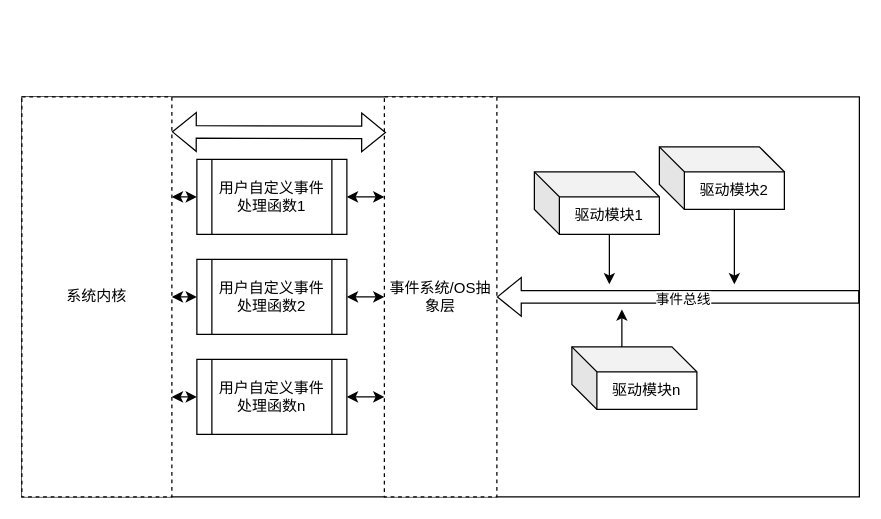
Before: documents/drawio/usb_event system.drawio in dbydd/UUSBDriver, a draw.io diagram. Source tidied: cells renumbered, new cells numbered last; positions are measured from the earlier drawing's top-left corner, leaving out a move shared by most shapes. Both pictures are drawn from the tidied source at 125%, with x=0, y=0 at pixel (21, 96).
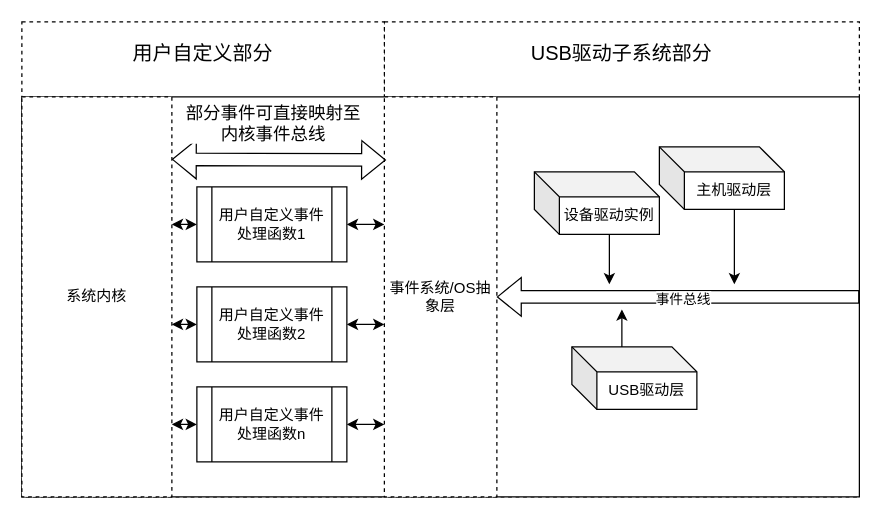
The same page after the edit.

Unchanged cells that the change refers to:
```xml
<mxCell id="6" value="事件系统/OS抽象层" style="rounded=0;whiteSpace=wrap;html=1;dashed=1;" parent="1" vertex="1">
  <mxGeometry x="290" width="90" height="320" as="geometry" />
</mxCell>
<mxCell id="7" value="系统内核" style="rounded=0;whiteSpace=wrap;html=1;dashed=1;" parent="1" vertex="1">
  <mxGeometry width="120" height="320" as="geometry" />
</mxCell>
```

What changed in the source:
```diff
@@
+    <mxCell id="23" style="rounded=0;whiteSpace=wrap;html=1;dashed=1;" parent="1" vertex="1">
+      <mxGeometry x="290" y="-60" width="380" height="380" as="geometry" />
+    </mxCell>
+    <mxCell id="24" style="rounded=0;whiteSpace=wrap;html=1;dashed=1;" parent="1" vertex="1">
+      <mxGeometry y="-60" width="290" height="380" as="geometry" />
+    </mxCell>
@@
-    <mxCell id="3" style="edgeStyle=orthogonalEdgeStyle;rounded=0;jettySize=auto;html=1;exitX=0;exitY=0.25;exitDx=0;exitDy=0;entryX=1;entryY=0.5;entryDx=0;entryDy=0;startArrow=classic;startFill=1;" parent="1" edge="1" source="6" target="13">
-      <mxGeometry relative="1" as="geometry" />
+    <mxCell id="3" style="edgeStyle=orthogonalEdgeStyle;rounded=0;jettySize=auto;html=1;exitX=0;exitY=0.25;exitDx=0;exitDy=0;entryX=1;entryY=0.5;entryDx=0;entryDy=0;startArrow=classic;startFill=1;" parent="1" edge="1" target="13">
+      <mxGeometry relative="1" as="geometry">
+        <mxPoint x="290" y="102" as="sourcePoint" />
+      </mxGeometry>
     </mxCell>
-    <mxCell id="4" style="edgeStyle=orthogonalEdgeStyle;rounded=0;jettySize=auto;html=1;exitX=0;exitY=0.5;exitDx=0;exitDy=0;entryX=1;entryY=0.5;entryDx=0;entryDy=0;startArrow=classic;startFill=1;" parent="1" edge="1" source="6" target="9">
-      <mxGeometry relative="1" as="geometry" />
+    <mxCell id="4" style="edgeStyle=orthogonalEdgeStyle;rounded=0;jettySize=auto;html=1;exitX=0;exitY=0.5;exitDx=0;exitDy=0;entryX=1;entryY=0.5;entryDx=0;entryDy=0;startArrow=classic;startFill=1;" parent="1" edge="1" target="9">
+      <mxGeometry relative="1" as="geometry">
+        <mxPoint x="290" y="182" as="sourcePoint" />
+      </mxGeometry>
     </mxCell>
-    <mxCell id="5" style="edgeStyle=orthogonalEdgeStyle;rounded=0;jettySize=auto;html=1;exitX=0;exitY=0.75;exitDx=0;exitDy=0;entryX=1;entryY=0.5;entryDx=0;entryDy=0;startArrow=classic;startFill=1;" parent="1" edge="1" source="6" target="11">
-      <mxGeometry relative="1" as="geometry" />
+    <mxCell id="5" style="edgeStyle=orthogonalEdgeStyle;rounded=0;jettySize=auto;html=1;exitX=0;exitY=0.75;exitDx=0;exitDy=0;entryX=1;entryY=0.5;entryDx=0;entryDy=0;startArrow=classic;startFill=1;" parent="1" edge="1" target="11">
+      <mxGeometry relative="1" as="geometry">
+        <mxPoint x="290" y="262" as="sourcePoint" />
+      </mxGeometry>
     </mxCell>
@@
-    <mxCell id="8" style="edgeStyle=orthogonalEdgeStyle;rounded=0;jettySize=auto;html=1;exitX=0;exitY=0.5;exitDx=0;exitDy=0;entryX=1;entryY=0.5;entryDx=0;entryDy=0;startArrow=classic;startFill=1;" parent="1" edge="1" source="9" target="7">
-      <mxGeometry relative="1" as="geometry" />
+    <mxCell id="8" style="edgeStyle=orthogonalEdgeStyle;rounded=0;jettySize=auto;html=1;exitX=0;exitY=0.5;exitDx=0;exitDy=0;entryX=1;entryY=0.5;entryDx=0;entryDy=0;startArrow=classic;startFill=1;" parent="1" edge="1" source="9">
+      <mxGeometry relative="1" as="geometry">
+        <mxPoint x="120" y="182" as="targetPoint" />
+      </mxGeometry>
     </mxCell>
     <mxCell id="9" value="用户自定义事件处理函数2" style="shape=process;whiteSpace=wrap;html=1;backgroundOutline=1;" parent="1" vertex="1">
-      <mxGeometry x="140" y="130" width="120" height="60" as="geometry" />
+      <mxGeometry x="140" y="152" width="120" height="60" as="geometry" />
     </mxCell>
-    <mxCell id="10" style="edgeStyle=orthogonalEdgeStyle;rounded=0;jettySize=auto;html=1;exitX=0;exitY=0.5;exitDx=0;exitDy=0;entryX=1;entryY=0.75;entryDx=0;entryDy=0;startArrow=classic;startFill=1;" parent="1" edge="1" source="11" target="7">
-      <mxGeometry relative="1" as="geometry" />
+    <mxCell id="10" style="edgeStyle=orthogonalEdgeStyle;rounded=0;jettySize=auto;html=1;exitX=0;exitY=0.5;exitDx=0;exitDy=0;entryX=1;entryY=0.75;entryDx=0;entryDy=0;startArrow=classic;startFill=1;" parent="1" edge="1" source="11">
+      <mxGeometry relative="1" as="geometry">
+        <mxPoint x="120" y="262" as="targetPoint" />
+      </mxGeometry>
     </mxCell>
     <mxCell id="11" value="用户自定义事件处理函数n" style="shape=process;whiteSpace=wrap;html=1;backgroundOutline=1;" parent="1" vertex="1">
-      <mxGeometry x="140" y="210" width="120" height="60" as="geometry" />
+      <mxGeometry x="140" y="232" width="120" height="60" as="geometry" />
     </mxCell>
-    <mxCell id="12" style="edgeStyle=orthogonalEdgeStyle;rounded=0;jettySize=auto;html=1;exitX=0;exitY=0.5;exitDx=0;exitDy=0;entryX=1;entryY=0.25;entryDx=0;entryDy=0;startArrow=classic;startFill=1;" parent="1" edge="1" source="13" target="7">
-      <mxGeometry relative="1" as="geometry" />
+    <mxCell id="12" style="edgeStyle=orthogonalEdgeStyle;rounded=0;jettySize=auto;html=1;exitX=0;exitY=0.5;exitDx=0;exitDy=0;entryX=1;entryY=0.25;entryDx=0;entryDy=0;startArrow=classic;startFill=1;" parent="1" edge="1" source="13">
+      <mxGeometry relative="1" as="geometry">
+        <mxPoint x="120" y="102" as="targetPoint" />
+      </mxGeometry>
     </mxCell>
     <mxCell id="13" value="用户自定义事件处理函数1" style="shape=process;whiteSpace=wrap;html=1;backgroundOutline=1;" parent="1" vertex="1">
-      <mxGeometry x="140" y="50" width="120" height="60" as="geometry" />
+      <mxGeometry x="140" y="72" width="120" height="60" as="geometry" />
     </mxCell>
@@
-    <mxCell id="15" value="驱动模块1" style="shape=cube;whiteSpace=wrap;html=1;boundedLbl=1;backgroundOutline=1;darkOpacity=0.05;darkOpacity2=0.1;" parent="1" vertex="1">
+    <mxCell id="15" value="设备驱动实例" style="shape=cube;whiteSpace=wrap;html=1;boundedLbl=1;backgroundOutline=1;darkOpacity=0.05;darkOpacity2=0.1;" parent="1" vertex="1">
       <mxGeometry x="410" y="60" width="100" height="50" as="geometry" />
     </mxCell>
-    <mxCell id="16" style="shape=flexArrow;endArrow=classic;startArrow=classic;html=1;rounded=0;entryX=0.015;entryY=0.089;entryDx=0;entryDy=0;entryPerimeter=0;" parent="1" edge="1" target="6">
+    <mxCell id="16" style="shape=flexArrow;endArrow=classic;startArrow=classic;html=1;rounded=0;entryX=0.015;entryY=0.089;entryDx=0;entryDy=0;entryPerimeter=0;" parent="1" edge="1">
       <mxGeometry relative="1" as="geometry">
-        <mxPoint x="120" y="28" as="sourcePoint" />
+        <mxPoint x="120" y="50" as="sourcePoint" />
+        <mxPoint x="291.3" y="50.5" as="targetPoint" />
       </mxGeometry>
     </mxCell>
+    <mxCell id="25" value="&lt;font style=&quot;font-size: 14px;&quot;&gt;部分事件可直接映射至&lt;/font&gt;&lt;div&gt;&lt;font style=&quot;font-size: 14px;&quot;&gt;内核事件总线&lt;/font&gt;&lt;/div&gt;" style="edgeLabel;html=1;align=center;verticalAlign=middle;" parent="16" vertex="1">
+      <mxGeometry x="-0.6" y="3" relative="1" as="geometry">
+        <mxPoint x="46" y="-27" as="offset" />
+      </mxGeometry>
+    </mxCell>
@@
-    <mxCell id="20" value="驱动模块2" style="shape=cube;whiteSpace=wrap;html=1;boundedLbl=1;backgroundOutline=1;darkOpacity=0.05;darkOpacity2=0.1;" parent="1" vertex="1">
+    <mxCell id="20" value="主机驱动层" style="shape=cube;whiteSpace=wrap;html=1;boundedLbl=1;backgroundOutline=1;darkOpacity=0.05;darkOpacity2=0.1;" parent="1" vertex="1">
       <mxGeometry x="510" y="40" width="100" height="50" as="geometry" />
     </mxCell>
@@
-    <mxCell id="22" value="驱动模块n" style="shape=cube;whiteSpace=wrap;html=1;boundedLbl=1;backgroundOutline=1;darkOpacity=0.05;darkOpacity2=0.1;" parent="1" vertex="1">
+    <mxCell id="22" value="USB驱动层" style="shape=cube;whiteSpace=wrap;html=1;boundedLbl=1;backgroundOutline=1;darkOpacity=0.05;darkOpacity2=0.1;" parent="1" vertex="1">
       <mxGeometry x="440" y="200" width="100" height="50" as="geometry" />
     </mxCell>
+    <mxCell id="26" value="用户自定义部分" style="text;html=1;align=center;verticalAlign=middle;whiteSpace=wrap;rounded=0;fontSize=16;" parent="1" vertex="1">
+      <mxGeometry x="85" y="-50" width="120" height="30" as="geometry" />
+    </mxCell>
+    <mxCell id="27" value="USB驱动子系统部分" style="text;html=1;align=center;verticalAlign=middle;whiteSpace=wrap;rounded=0;fontSize=16;" parent="1" vertex="1">
+      <mxGeometry x="405" y="-50" width="150" height="30" as="geometry" />
+    </mxCell>
```
